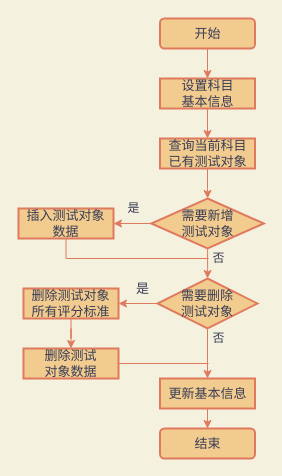
Above: docs/img-raw/实现/更新科目.drawio in rufeng-h/healthman (draw.io), before the change. Source tidied: cells renumbered, new cells numbered last; positions are measured from the earlier drawing's top-left corner, leaving out a move shared by most shapes. Both pictures are drawn from the tidied source at 100%, with x=0, y=0 at pixel (18, 18).
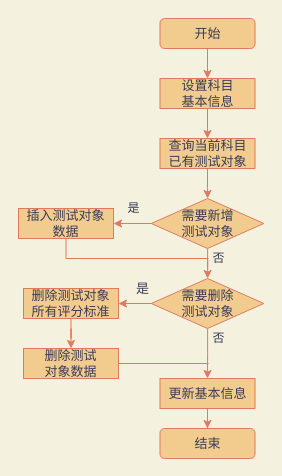
The same diagram, later.

Change to the diagram source:
```diff
@@
-    <mxCell id="4" value="设置科目&lt;br&gt;基本信息" style="whiteSpace=wrap;html=1;strokeWidth=2;fillColor=#F2CC8F;strokeColor=#E07A5F;fontColor=#393C56;fontSize=13;" parent="1" vertex="1">
+    <mxCell id="4" value="设置科目&lt;br&gt;基本信息" style="whiteSpace=wrap;html=1;strokeWidth=1;fillColor=#F2CC8F;strokeColor=#E07A5F;fontColor=#393C56;fontSize=13;" parent="1" vertex="1">
       <mxGeometry x="141.5" y="60" width="95" height="30" as="geometry" />
     </mxCell>
@@
-    <mxCell id="7" value="需要新增&lt;br&gt;测试对象" style="rhombus;whiteSpace=wrap;html=1;strokeWidth=2;fillColor=#F2CC8F;strokeColor=#E07A5F;fontColor=#393C56;fontSize=13;" parent="1" vertex="1">
+    <mxCell id="7" value="需要新增&lt;br&gt;测试对象" style="rhombus;whiteSpace=wrap;html=1;strokeWidth=1;fillColor=#F2CC8F;strokeColor=#E07A5F;fontColor=#393C56;fontSize=13;" parent="1" vertex="1">
       <mxGeometry x="132.8" y="180" width="112.5" height="50" as="geometry" />
     </mxCell>
@@
-    <mxCell id="9" value="插入测试对象&lt;br&gt;数据" style="whiteSpace=wrap;html=1;strokeWidth=2;fillColor=#F2CC8F;strokeColor=#E07A5F;fontColor=#393C56;fontSize=13;" parent="1" vertex="1">
+    <mxCell id="9" value="插入测试对象&lt;br&gt;数据" style="whiteSpace=wrap;html=1;strokeWidth=1;fillColor=#F2CC8F;strokeColor=#E07A5F;fontColor=#393C56;fontSize=13;" parent="1" vertex="1">
       <mxGeometry y="190" width="95" height="30" as="geometry" />
     </mxCell>
@@
-    <mxCell id="13" value="需要删除&lt;br&gt;测试对象" style="rhombus;whiteSpace=wrap;html=1;strokeWidth=2;fillColor=#F2CC8F;strokeColor=#E07A5F;fontColor=#393C56;fontSize=13;" parent="1" vertex="1">
-      <mxGeometry x="139" y="260" width="100" height="50" as="geometry" />
+    <mxCell id="13" value="需要删除&lt;br&gt;测试对象" style="rhombus;whiteSpace=wrap;html=1;strokeWidth=1;fillColor=#F2CC8F;strokeColor=#E07A5F;fontColor=#393C56;fontSize=13;" parent="1" vertex="1">
+      <mxGeometry x="132.8" y="260" width="112.5" height="50" as="geometry" />
     </mxCell>
-    <mxCell id="14" value="开始" style="rounded=1;whiteSpace=wrap;html=1;sketch=0;fontFamily=Helvetica;fontSize=13;fontColor=#393C56;strokeColor=#E07A5F;fillColor=#F2CC8F;strokeWidth=2;" parent="1" vertex="1">
+    <mxCell id="14" value="开始" style="rounded=1;whiteSpace=wrap;html=1;sketch=0;fontFamily=Helvetica;fontSize=13;fontColor=#393C56;strokeColor=#E07A5F;fillColor=#F2CC8F;strokeWidth=1;" parent="1" vertex="1">
       <mxGeometry x="141.5" width="95" height="30" as="geometry" />
     </mxCell>
@@
-    <mxCell id="16" value="查询当前科目&lt;br&gt;已有测试对象" style="whiteSpace=wrap;html=1;fontColor=#393C56;strokeColor=#E07A5F;strokeWidth=2;fillColor=#F2CC8F;fontSize=13;" parent="1" vertex="1">
+    <mxCell id="16" value="查询当前科目&lt;br&gt;已有测试对象" style="whiteSpace=wrap;html=1;fontColor=#393C56;strokeColor=#E07A5F;strokeWidth=1;fillColor=#F2CC8F;fontSize=13;" parent="1" vertex="1">
       <mxGeometry x="141.5" y="120" width="95" height="30" as="geometry" />
     </mxCell>
-    <mxCell id="17" value="结束" style="rounded=1;whiteSpace=wrap;html=1;sketch=0;fontFamily=Helvetica;fontSize=13;fontColor=#393C56;strokeColor=#E07A5F;strokeWidth=2;fillColor=#F2CC8F;" parent="1" vertex="1">
+    <mxCell id="17" value="结束" style="rounded=1;whiteSpace=wrap;html=1;sketch=0;fontFamily=Helvetica;fontSize=13;fontColor=#393C56;strokeColor=#E07A5F;strokeWidth=1;fillColor=#F2CC8F;" parent="1" vertex="1">
       <mxGeometry x="141.5" y="410" width="95" height="30" as="geometry" />
     </mxCell>
@@
-    <mxCell id="19" value="删除测试对象&lt;br&gt;所有评分标准" style="whiteSpace=wrap;html=1;fontSize=13;fontColor=#393C56;strokeColor=#E07A5F;strokeWidth=2;fillColor=#F2CC8F;" parent="1" vertex="1">
+    <mxCell id="19" value="删除测试对象&lt;br&gt;所有评分标准" style="whiteSpace=wrap;html=1;fontSize=13;fontColor=#393C56;strokeColor=#E07A5F;strokeWidth=1;fillColor=#F2CC8F;" parent="1" vertex="1">
       <mxGeometry x="5" y="270" width="95" height="30" as="geometry" />
     </mxCell>
@@
-    <mxCell id="21" value="删除测试&lt;br&gt;对象数据" style="whiteSpace=wrap;html=1;fontSize=13;fontColor=#393C56;strokeColor=#E07A5F;strokeWidth=2;fillColor=#F2CC8F;" parent="1" vertex="1">
+    <mxCell id="21" value="删除测试&lt;br&gt;对象数据" style="whiteSpace=wrap;html=1;fontSize=13;fontColor=#393C56;strokeColor=#E07A5F;strokeWidth=1;fillColor=#F2CC8F;" parent="1" vertex="1">
       <mxGeometry x="5" y="330" width="95" height="30" as="geometry" />
     </mxCell>
@@
-    <mxCell id="23" value="更新基本信息" style="whiteSpace=wrap;html=1;fontSize=13;fontColor=#393C56;strokeColor=#E07A5F;strokeWidth=2;fillColor=#F2CC8F;" parent="1" vertex="1">
+    <mxCell id="23" value="更新基本信息" style="whiteSpace=wrap;html=1;fontSize=13;fontColor=#393C56;strokeColor=#E07A5F;strokeWidth=1;fillColor=#F2CC8F;" parent="1" vertex="1">
       <mxGeometry x="141.5" y="360" width="95" height="30" as="geometry" />
     </mxCell>
```
